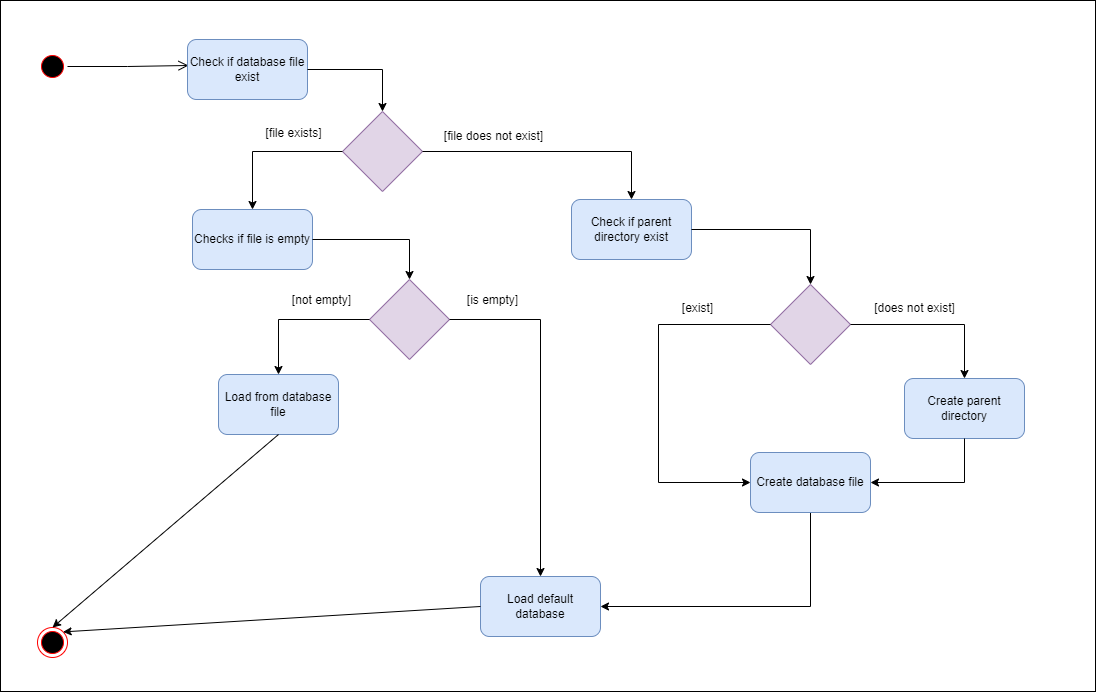
The draw.io diagram docs/UML/Database/DatabaseStartupUML.png in nus-cs2113-AY2223S2/tp, before a commit. Source tidied: cells renumbered, new cells last; positions are measured from the earlier drawing's top-left corner, leaving out a move shared by most shapes.
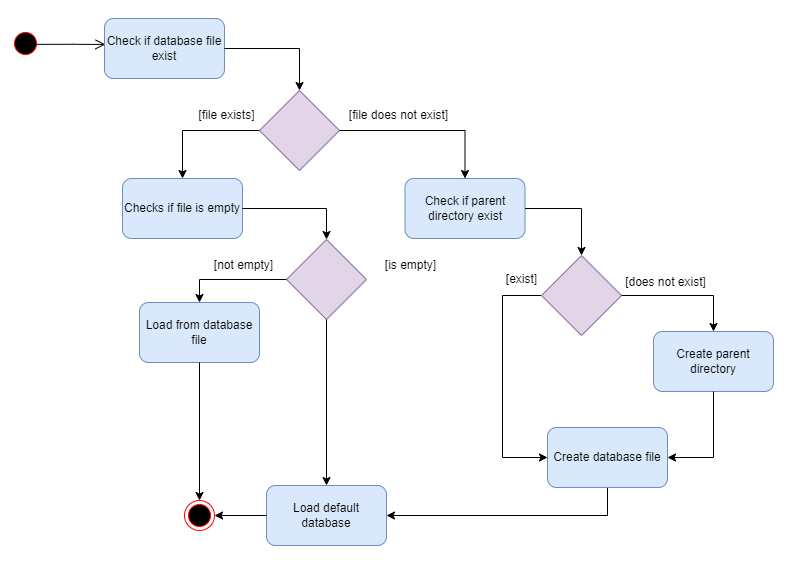
After the commit.

The edit, as a diff of the source:
```diff
@@ -2,112 +2,109 @@
   <root>
     <mxCell id="0" />
     <mxCell id="1" parent="0" />
-    <mxCell id="2" style="group;" parent="1" vertex="1">
-      <mxGeometry x="37" y="39" width="987" height="618" as="geometry" />
-    </mxCell>
+    <mxCell id="35" style="rounded=0;whiteSpace=wrap;html=1;strokeColor=none;fillColor=default;" parent="1" vertex="1">
+      <mxGeometry width="792" height="565" as="geometry" />
+    </mxCell>
-    <mxCell id="3" style="ellipse;html=1;shape=startState;fillColor=#000000;strokeColor=#FF0000;" parent="2" vertex="1">
-      <mxGeometry y="12" width="30" height="30" as="geometry" />
+    <mxCell id="3" style="ellipse;html=1;shape=startState;fillColor=#000000;strokeColor=#FF0000;" parent="1" vertex="1">
+      <mxGeometry x="10" y="28" width="30" height="30" as="geometry" />
     </mxCell>
-    <mxCell id="4" style="edgeStyle=orthogonalEdgeStyle;html=1;verticalAlign=bottom;endArrow=open;endSize=8;strokeColor=#000000;rounded=0;entryX=0.008;entryY=0.433;entryDx=0;entryDy=0;entryPerimeter=0;exitX=1;exitY=0.5;exitDx=0;exitDy=0;" parent="2" edge="1" source="3" target="5">
+    <mxCell id="4" style="edgeStyle=orthogonalEdgeStyle;html=1;verticalAlign=bottom;endArrow=open;endSize=8;strokeColor=#000000;rounded=0;entryX=0.008;entryY=0.433;entryDx=0;entryDy=0;entryPerimeter=0;exitX=0.868;exitY=0.528;exitDx=0;exitDy=0;exitPerimeter=0;" parent="1" edge="1" source="3" target="5">
       <mxGeometry relative="1" as="geometry" />
     </mxCell>
-    <mxCell id="5" value="Check if database file exist" style="rounded=1;whiteSpace=wrap;html=1;fillColor=#dae8fc;strokeColor=#6c8ebf;" parent="2" vertex="1">
-      <mxGeometry x="150" width="120" height="60" as="geometry" />
+    <mxCell id="5" value="Check if database file exist" style="rounded=1;whiteSpace=wrap;html=1;fillColor=#dae8fc;strokeColor=#6c8ebf;" parent="1" vertex="1">
+      <mxGeometry x="104" y="18" width="120" height="60" as="geometry" />
     </mxCell>
-    <mxCell id="6" style="rhombus;whiteSpace=wrap;html=1;rounded=0;fillColor=#e1d5e7;strokeColor=#9673a6;" parent="2" vertex="1">
-      <mxGeometry x="305" y="72" width="80" height="80" as="geometry" />
+    <mxCell id="6" style="rhombus;whiteSpace=wrap;html=1;rounded=0;fillColor=#e1d5e7;strokeColor=#9673a6;" parent="1" vertex="1">
+      <mxGeometry x="259" y="90" width="80" height="80" as="geometry" />
     </mxCell>
-    <mxCell id="7" style="edgeStyle=orthogonalEdgeStyle;rounded=0;jettySize=auto;html=1;strokeColor=#000000;" parent="2" edge="1" source="5" target="6">
+    <mxCell id="7" style="edgeStyle=orthogonalEdgeStyle;rounded=0;jettySize=auto;html=1;strokeColor=#000000;" parent="1" edge="1" source="5" target="6">
       <mxGeometry relative="1" as="geometry" />
     </mxCell>
-    <mxCell id="8" value="Check if parent directory exist" style="whiteSpace=wrap;html=1;rounded=1;fillColor=#dae8fc;strokeColor=#6c8ebf;" parent="2" vertex="1">
-      <mxGeometry x="534" y="160" width="120" height="60" as="geometry" />
+    <mxCell id="8" value="Check if parent directory exist" style="whiteSpace=wrap;html=1;rounded=1;fillColor=#dae8fc;strokeColor=#6c8ebf;" parent="1" vertex="1">
+      <mxGeometry x="404.5" y="178" width="120" height="60" as="geometry" />
     </mxCell>
-    <mxCell id="9" style="edgeStyle=orthogonalEdgeStyle;rounded=0;jettySize=auto;html=1;strokeColor=#000000;" parent="2" edge="1" source="6" target="8">
+    <mxCell id="9" style="edgeStyle=orthogonalEdgeStyle;rounded=0;jettySize=auto;html=1;strokeColor=#000000;entryX=0.5;entryY=0;entryDx=0;entryDy=0;" parent="1" edge="1" source="6" target="8">
       <mxGeometry relative="1" as="geometry" />
     </mxCell>
-    <mxCell id="10" value="Checks if file is empty" style="whiteSpace=wrap;html=1;rounded=1;fillColor=#dae8fc;strokeColor=#6c8ebf;" parent="2" vertex="1">
-      <mxGeometry x="155" y="170" width="120" height="60" as="geometry" />
+    <mxCell id="10" value="Checks if file is empty" style="whiteSpace=wrap;html=1;rounded=1;fillColor=#dae8fc;strokeColor=#6c8ebf;" parent="1" vertex="1">
+      <mxGeometry x="122" y="178" width="120" height="60" as="geometry" />
     </mxCell>
-    <mxCell id="11" style="edgeStyle=orthogonalEdgeStyle;rounded=0;jettySize=auto;html=1;strokeColor=#000000;" parent="2" edge="1" source="6" target="10">
+    <mxCell id="11" style="edgeStyle=orthogonalEdgeStyle;rounded=0;jettySize=auto;html=1;strokeColor=#000000;" parent="1" edge="1" source="6" target="10">
       <mxGeometry relative="1" as="geometry" />
     </mxCell>
-    <mxCell id="12" value="[file does not exist]" style="text;html=1;align=center;verticalAlign=middle;strokeColor=none;fillColor=none;" parent="2" vertex="1">
-      <mxGeometry x="397" y="84" width="117" height="26" as="geometry" />
+    <mxCell id="12" value="[file does not exist]" style="text;html=1;align=center;verticalAlign=middle;strokeColor=none;fillColor=none;" parent="1" vertex="1">
+      <mxGeometry x="339" y="102" width="117" height="26" as="geometry" />
     </mxCell>
-    <mxCell id="13" value="[file exists]" style="text;html=1;align=center;verticalAlign=middle;strokeColor=none;fillColor=none;" parent="2" vertex="1">
-      <mxGeometry x="219" y="81" width="74" height="26" as="geometry" />
+    <mxCell id="13" value="[file exists]" style="text;html=1;align=center;verticalAlign=middle;strokeColor=none;fillColor=none;" parent="1" vertex="1">
+      <mxGeometry x="189" y="102" width="74" height="26" as="geometry" />
     </mxCell>
-    <mxCell id="14" style="rhombus;whiteSpace=wrap;html=1;rounded=0;fillColor=#e1d5e7;strokeColor=#9673a6;" parent="2" vertex="1">
-      <mxGeometry x="332" y="240" width="80" height="80" as="geometry" />
+    <mxCell id="14" style="rhombus;whiteSpace=wrap;html=1;rounded=0;fillColor=#e1d5e7;strokeColor=#9673a6;" parent="1" vertex="1">
+      <mxGeometry x="286" y="239" width="80" height="80" as="geometry" />
     </mxCell>
-    <mxCell id="15" style="edgeStyle=orthogonalEdgeStyle;rounded=0;jettySize=auto;html=1;strokeColor=#000000;" parent="2" edge="1" source="10" target="14">
+    <mxCell id="15" style="edgeStyle=orthogonalEdgeStyle;rounded=0;jettySize=auto;html=1;strokeColor=#000000;" parent="1" edge="1" source="10" target="14">
       <mxGeometry relative="1" as="geometry" />
     </mxCell>
-    <mxCell id="16" value="Load from database file" style="whiteSpace=wrap;html=1;rounded=1;fillColor=#dae8fc;strokeColor=#6c8ebf;" parent="2" vertex="1">
-      <mxGeometry x="181" y="335" width="120" height="60" as="geometry" />
+    <mxCell id="16" value="Load from database file" style="whiteSpace=wrap;html=1;rounded=1;fillColor=#dae8fc;strokeColor=#6c8ebf;" parent="1" vertex="1">
+      <mxGeometry x="139" y="302" width="120" height="60" as="geometry" />
     </mxCell>
-    <mxCell id="17" style="edgeStyle=orthogonalEdgeStyle;rounded=0;jettySize=auto;html=1;strokeColor=#000000;" parent="2" edge="1" source="14" target="16">
+    <mxCell id="17" style="edgeStyle=orthogonalEdgeStyle;rounded=0;jettySize=auto;html=1;strokeColor=#000000;entryX=0.5;entryY=0;entryDx=0;entryDy=0;exitX=0;exitY=0.5;exitDx=0;exitDy=0;" parent="1" edge="1" source="14" target="16">
       <mxGeometry relative="1" as="geometry" />
     </mxCell>
-    <mxCell id="18" value="Load default database" style="whiteSpace=wrap;html=1;rounded=1;fillColor=#dae8fc;strokeColor=#6c8ebf;" parent="2" vertex="1">
-      <mxGeometry x="443" y="537" width="120" height="60" as="geometry" />
+    <mxCell id="18" value="Load default database" style="whiteSpace=wrap;html=1;rounded=1;fillColor=#dae8fc;strokeColor=#6c8ebf;" parent="1" vertex="1">
+      <mxGeometry x="266" y="485" width="120" height="60" as="geometry" />
     </mxCell>
-    <mxCell id="19" style="edgeStyle=orthogonalEdgeStyle;rounded=0;jettySize=auto;html=1;strokeColor=#000000;" parent="2" edge="1" source="14" target="18">
+    <mxCell id="19" style="edgeStyle=orthogonalEdgeStyle;rounded=0;jettySize=auto;html=1;strokeColor=#000000;" parent="1" edge="1" source="14" target="18">
       <mxGeometry relative="1" as="geometry" />
     </mxCell>
-    <mxCell id="20" value="[is empty]" style="text;html=1;align=center;verticalAlign=middle;strokeColor=none;fillColor=none;" parent="2" vertex="1">
-      <mxGeometry x="421" y="248" width="69" height="26" as="geometry" />
+    <mxCell id="20" value="[is empty]" style="text;html=1;align=center;verticalAlign=middle;strokeColor=none;fillColor=none;" parent="1" vertex="1">
+      <mxGeometry x="375" y="252" width="69" height="26" as="geometry" />
     </mxCell>
-    <mxCell id="21" value="[not empty]" style="text;html=1;align=center;verticalAlign=middle;strokeColor=none;fillColor=none;" parent="2" vertex="1">
-      <mxGeometry x="246" y="248" width="77" height="26" as="geometry" />
+    <mxCell id="21" value="[not empty]" style="text;html=1;align=center;verticalAlign=middle;strokeColor=none;fillColor=none;" parent="1" vertex="1">
+      <mxGeometry x="204" y="252" width="77" height="26" as="geometry" />
     </mxCell>
+    <mxCell id="30" style="edgeStyle=orthogonalEdgeStyle;rounded=0;jettySize=auto;html=1;exitX=0;exitY=0.5;exitDx=0;exitDy=0;entryX=0;entryY=0.5;entryDx=0;entryDy=0;" parent="1" edge="1" source="22" target="29">
+      <mxGeometry relative="1" as="geometry">
+        <Array as="points">
+          <mxPoint x="502" y="295" />
+          <mxPoint x="502" y="457" />
+        </Array>
+      </mxGeometry>
+    </mxCell>
-    <mxCell id="22" style="rhombus;whiteSpace=wrap;html=1;rounded=0;fillColor=#e1d5e7;strokeColor=#9673a6;" parent="2" vertex="1">
-      <mxGeometry x="733" y="245" width="80" height="80" as="geometry" />
+    <mxCell id="22" style="rhombus;whiteSpace=wrap;html=1;rounded=0;fillColor=#e1d5e7;strokeColor=#9673a6;" parent="1" vertex="1">
+      <mxGeometry x="541" y="255" width="80" height="80" as="geometry" />
     </mxCell>
-    <mxCell id="23" style="edgeStyle=orthogonalEdgeStyle;rounded=0;jettySize=auto;html=1;strokeColor=#000000;" parent="2" edge="1" source="8" target="22">
+    <mxCell id="23" style="edgeStyle=orthogonalEdgeStyle;rounded=0;jettySize=auto;html=1;strokeColor=#000000;" parent="1" edge="1" source="8" target="22">
       <mxGeometry relative="1" as="geometry" />
     </mxCell>
-    <mxCell id="24" value="Create parent directory" style="whiteSpace=wrap;html=1;rounded=1;fillColor=#dae8fc;strokeColor=#6c8ebf;" parent="2" vertex="1">
-      <mxGeometry x="867" y="339" width="120" height="60" as="geometry" />
+    <mxCell id="24" value="Create parent directory" style="whiteSpace=wrap;html=1;rounded=1;fillColor=#dae8fc;strokeColor=#6c8ebf;" parent="1" vertex="1">
+      <mxGeometry x="653" y="331" width="120" height="60" as="geometry" />
     </mxCell>
-    <mxCell id="25" style="edgeStyle=orthogonalEdgeStyle;rounded=0;jettySize=auto;html=1;strokeColor=#000000;" parent="2" edge="1" source="22" target="24">
+    <mxCell id="25" style="edgeStyle=orthogonalEdgeStyle;rounded=0;jettySize=auto;html=1;strokeColor=#000000;entryX=0.5;entryY=0;entryDx=0;entryDy=0;exitX=1;exitY=0.5;exitDx=0;exitDy=0;" parent="1" edge="1" source="22" target="24">
       <mxGeometry relative="1" as="geometry" />
     </mxCell>
-    <mxCell id="26" value="[exist]" style="text;html=1;align=center;verticalAlign=middle;strokeColor=none;fillColor=none;" parent="2" vertex="1">
-      <mxGeometry x="635" y="256" width="49" height="26" as="geometry" />
+    <mxCell id="26" value="[exist]" style="text;html=1;align=center;verticalAlign=middle;strokeColor=none;fillColor=none;" parent="1" vertex="1">
+      <mxGeometry x="496" y="266" width="49" height="26" as="geometry" />
     </mxCell>
-    <mxCell id="27" value="[does not exist]" style="text;html=1;align=center;verticalAlign=middle;strokeColor=none;fillColor=none;" parent="2" vertex="1">
-      <mxGeometry x="827" y="256" width="99" height="26" as="geometry" />
+    <mxCell id="27" value="[does not exist]" style="text;html=1;align=center;verticalAlign=middle;strokeColor=none;fillColor=none;" parent="1" vertex="1">
+      <mxGeometry x="615" y="269" width="99" height="26" as="geometry" />
     </mxCell>
-    <mxCell id="28" style="edgeStyle=orthogonalEdgeStyle;rounded=0;jettySize=auto;html=1;strokeColor=#000000;entryX=1;entryY=0.5;entryDx=0;entryDy=0;exitX=0.5;exitY=1;exitDx=0;exitDy=0;" parent="2" edge="1" source="29" target="18">
+    <mxCell id="28" style="edgeStyle=orthogonalEdgeStyle;rounded=0;jettySize=auto;html=1;strokeColor=#000000;entryX=1;entryY=0.5;entryDx=0;entryDy=0;exitX=0.5;exitY=1;exitDx=0;exitDy=0;" parent="1" edge="1" source="29" target="18">
       <mxGeometry relative="1" as="geometry" />
     </mxCell>
-    <mxCell id="29" value="Create database file" style="whiteSpace=wrap;html=1;rounded=1;fillColor=#dae8fc;strokeColor=#6c8ebf;" parent="2" vertex="1">
-      <mxGeometry x="713" y="413" width="120" height="60" as="geometry" />
+    <mxCell id="29" value="Create database file" style="whiteSpace=wrap;html=1;rounded=1;fillColor=#dae8fc;strokeColor=#6c8ebf;" parent="1" vertex="1">
+      <mxGeometry x="547" y="427" width="120" height="60" as="geometry" />
     </mxCell>
-    <mxCell id="30" style="edgeStyle=orthogonalEdgeStyle;rounded=0;jettySize=auto;html=1;strokeColor=#000000;entryX=0;entryY=0.5;entryDx=0;entryDy=0;" parent="2" edge="1" source="22" target="29">
-      <mxGeometry relative="1" as="geometry">
-        <Array as="points">
-          <mxPoint x="621" y="285" />
-          <mxPoint x="621" y="443" />
-        </Array>
-      </mxGeometry>
-    </mxCell>
-    <mxCell id="31" style="edgeStyle=orthogonalEdgeStyle;rounded=0;jettySize=auto;html=1;exitX=0.5;exitY=1;exitDx=0;exitDy=0;entryX=1;entryY=0.5;entryDx=0;entryDy=0;strokeColor=#000000;" parent="2" edge="1" source="24" target="29">
+    <mxCell id="31" style="edgeStyle=orthogonalEdgeStyle;rounded=0;jettySize=auto;html=1;exitX=0.5;exitY=1;exitDx=0;exitDy=0;entryX=1;entryY=0.5;entryDx=0;entryDy=0;strokeColor=#000000;" parent="1" edge="1" source="24" target="29">
       <mxGeometry relative="1" as="geometry" />
     </mxCell>
-    <mxCell id="32" style="ellipse;html=1;shape=endState;fillColor=#000000;strokeColor=#ff0000;rounded=0;" parent="2" vertex="1">
-      <mxGeometry y="588" width="30" height="30" as="geometry" />
+    <mxCell id="32" style="ellipse;html=1;shape=endState;fillColor=#000000;strokeColor=#ff0000;rounded=0;" parent="1" vertex="1">
+      <mxGeometry x="184" y="500" width="30" height="30" as="geometry" />
     </mxCell>
-    <mxCell id="33" style="rounded=0;jettySize=auto;html=1;exitX=0.5;exitY=1;exitDx=0;exitDy=0;entryX=0.5;entryY=0;entryDx=0;entryDy=0;strokeColor=#000000;" parent="2" edge="1" source="16" target="32">
+    <mxCell id="33" style="rounded=0;jettySize=auto;html=1;exitX=0.5;exitY=1;exitDx=0;exitDy=0;entryX=0.5;entryY=0;entryDx=0;entryDy=0;strokeColor=#000000;" parent="1" edge="1" source="16" target="32">
       <mxGeometry relative="1" as="geometry" />
     </mxCell>
-    <mxCell id="34" style="edgeStyle=none;rounded=0;jettySize=auto;html=1;exitX=0;exitY=0.5;exitDx=0;exitDy=0;entryX=1;entryY=0;entryDx=0;entryDy=0;strokeColor=#000000;" parent="2" edge="1" source="18" target="32">
+    <mxCell id="34" style="edgeStyle=none;rounded=0;jettySize=auto;html=1;exitX=0;exitY=0.5;exitDx=0;exitDy=0;entryX=1;entryY=0.5;entryDx=0;entryDy=0;strokeColor=#000000;" parent="1" edge="1" source="18" target="32">
       <mxGeometry relative="1" as="geometry" />
     </mxCell>
-    <mxCell id="35" style="rounded=0;whiteSpace=wrap;html=1;strokeColor=#000000;fillColor=none;" parent="1" vertex="1">
-      <mxGeometry width="1095" height="691" as="geometry" />
-    </mxCell>
   </root>
 </mxGraphModel>
```
